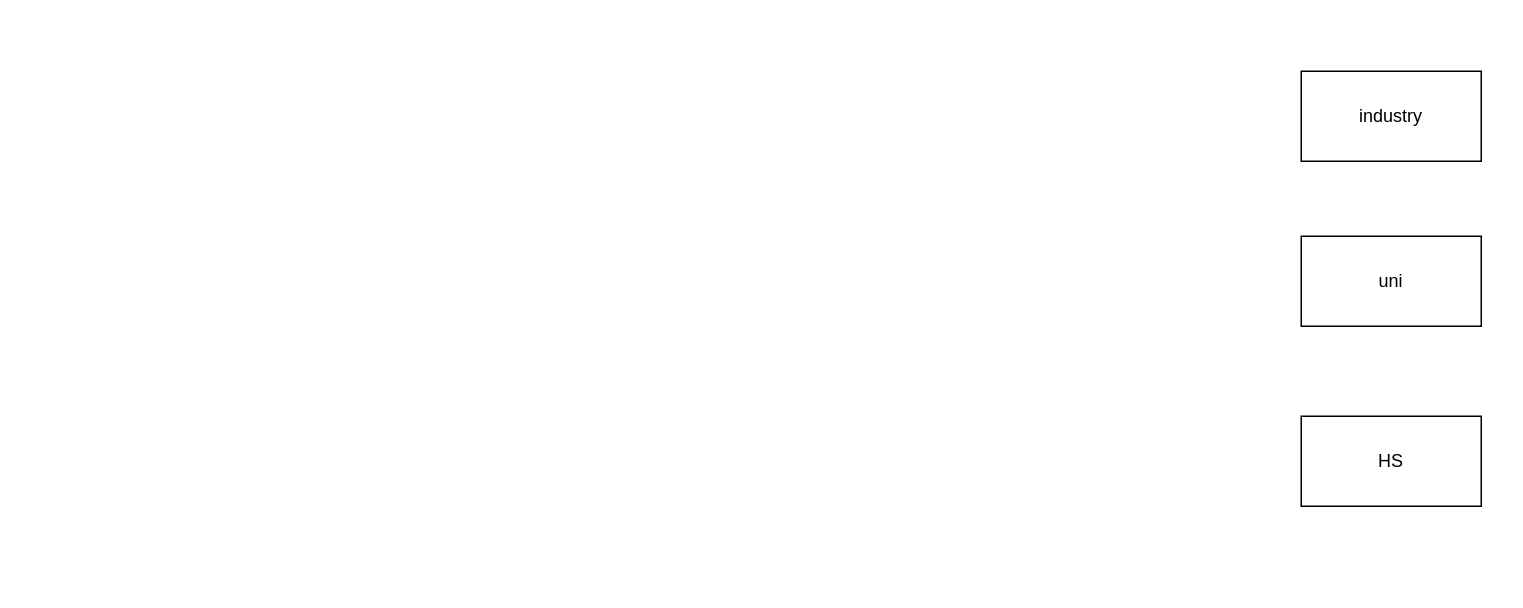
This is page "Karier" (1 of 2) of car_plan.drawio from grumpydingo/carr_plan, a draw.io file, before an edit. Source tidied: cells renumbered, new cells numbered last; positions are measured from the earlier drawing's top-left corner, leaving out a move shared by most shapes. Both pictures are drawn from the tidied source at 150%, with x=0, y=0 at pixel (1300, 70).
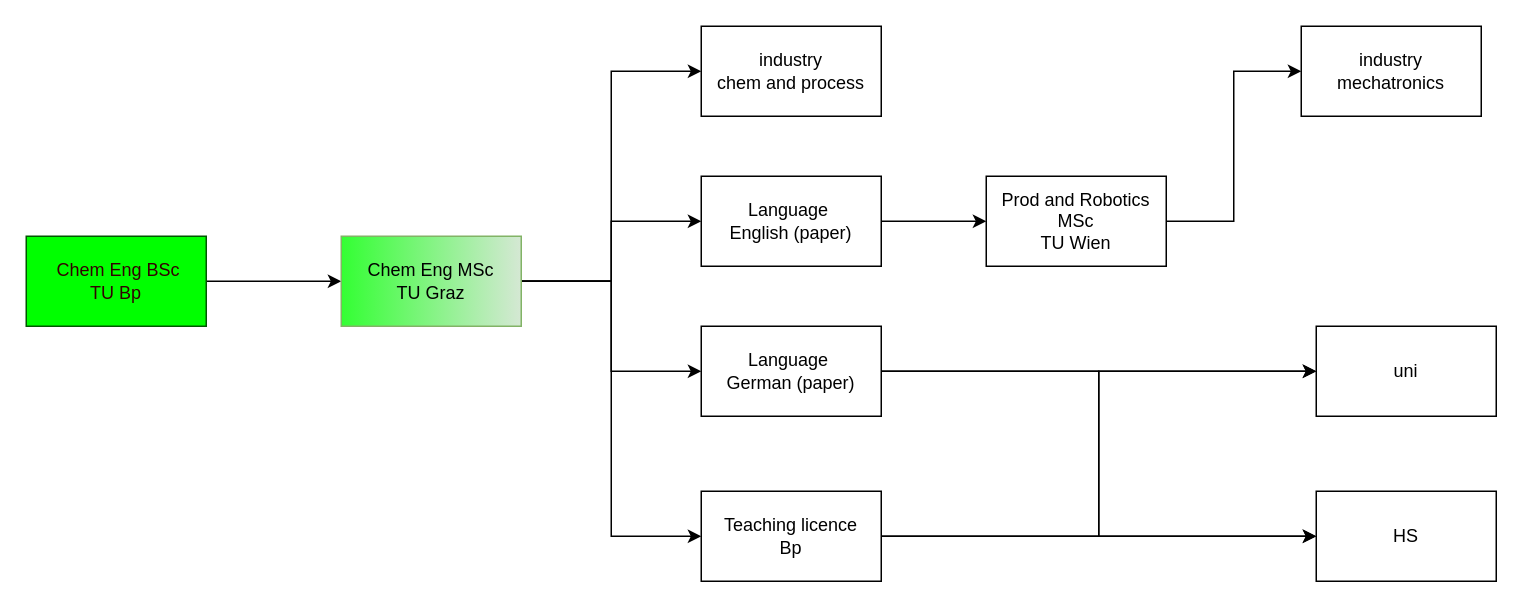
Above is the later version.

What changed in the source:
```diff
@@
-    <mxCell id="2" value="industry" style="rounded=0;whiteSpace=wrap;html=1;" parent="1" vertex="1">
-      <mxGeometry width="120" height="60" as="geometry" />
+    <mxCell id="2" value="industry&lt;br&gt;chem and process" style="rounded=0;whiteSpace=wrap;html=1;" parent="1" vertex="1">
+      <mxGeometry x="-400" y="-30" width="120" height="60" as="geometry" />
     </mxCell>
     <mxCell id="3" value="HS" style="rounded=0;whiteSpace=wrap;html=1;" parent="1" vertex="1">
-      <mxGeometry y="230" width="120" height="60" as="geometry" />
+      <mxGeometry x="10" y="280" width="120" height="60" as="geometry" />
     </mxCell>
     <mxCell id="4" value="&lt;div&gt;uni&lt;/div&gt;" style="rounded=0;whiteSpace=wrap;html=1;" parent="1" vertex="1">
-      <mxGeometry y="110" width="120" height="60" as="geometry" />
+      <mxGeometry x="10" y="170" width="120" height="60" as="geometry" />
     </mxCell>
+    <mxCell id="5" style="edgeStyle=orthogonalEdgeStyle;rounded=0;jettySize=auto;html=1;entryX=0;entryY=0.5;entryDx=0;entryDy=0;" parent="1" edge="1" source="6" target="11">
+      <mxGeometry relative="1" as="geometry" />
+    </mxCell>
+    <mxCell id="6" value="&amp;nbsp;Chem Eng BSc&lt;br&gt;TU Bp" style="rounded=0;whiteSpace=wrap;html=1;fillColor=light-dark(#00ff00, #43ba43);strokeColor=#005700;fontColor=#330000;" parent="1" vertex="1">
+      <mxGeometry x="-850" y="110" width="120" height="60" as="geometry" />
+    </mxCell>
+    <mxCell id="7" style="edgeStyle=orthogonalEdgeStyle;rounded=0;jettySize=auto;html=1;entryX=0;entryY=0.5;entryDx=0;entryDy=0;" parent="1" edge="1" source="11" target="2">
+      <mxGeometry relative="1" as="geometry" />
+    </mxCell>
+    <mxCell id="8" style="edgeStyle=orthogonalEdgeStyle;rounded=0;jettySize=auto;html=1;entryX=0;entryY=0.5;entryDx=0;entryDy=0;" parent="1" edge="1" source="11" target="19">
+      <mxGeometry relative="1" as="geometry" />
+    </mxCell>
+    <mxCell id="9" style="edgeStyle=orthogonalEdgeStyle;rounded=0;jettySize=auto;html=1;entryX=0;entryY=0.5;entryDx=0;entryDy=0;" parent="1" edge="1" source="11" target="16">
+      <mxGeometry relative="1" as="geometry" />
+    </mxCell>
+    <mxCell id="10" style="edgeStyle=orthogonalEdgeStyle;rounded=0;jettySize=auto;html=1;entryX=0;entryY=0.5;entryDx=0;entryDy=0;" parent="1" edge="1" source="11" target="22">
+      <mxGeometry relative="1" as="geometry" />
+    </mxCell>
+    <mxCell id="11" value="Chem Eng MSc&lt;br&gt;TU Graz" style="rounded=0;whiteSpace=wrap;html=1;gradientDirection=west;fillColor=#d5e8d4;strokeColor=#82b366;gradientColor=#33FF33;" parent="1" vertex="1">
+      <mxGeometry x="-640" y="110" width="120" height="60" as="geometry" />
+    </mxCell>
+    <mxCell id="12" value="industry&lt;br&gt;mechatronics" style="rounded=0;whiteSpace=wrap;html=1;" parent="1" vertex="1">
+      <mxGeometry y="-30" width="120" height="60" as="geometry" />
+    </mxCell>
+    <mxCell id="13" style="edgeStyle=orthogonalEdgeStyle;rounded=0;jettySize=auto;html=1;entryX=0;entryY=0.5;entryDx=0;entryDy=0;" parent="1" edge="1" source="14" target="12">
+      <mxGeometry relative="1" as="geometry" />
+    </mxCell>
+    <mxCell id="14" value="Prod and Robotics MSc&lt;br&gt;TU Wien" style="rounded=0;whiteSpace=wrap;html=1;" parent="1" vertex="1">
+      <mxGeometry x="-210" y="70" width="120" height="60" as="geometry" />
+    </mxCell>
+    <mxCell id="15" style="edgeStyle=orthogonalEdgeStyle;rounded=0;jettySize=auto;html=1;entryX=0;entryY=0.5;entryDx=0;entryDy=0;" parent="1" edge="1" source="16" target="14">
+      <mxGeometry relative="1" as="geometry" />
+    </mxCell>
+    <mxCell id="16" value="Language&amp;nbsp;&lt;br&gt;English (paper)" style="rounded=0;whiteSpace=wrap;html=1;" parent="1" vertex="1">
+      <mxGeometry x="-400" y="70" width="120" height="60" as="geometry" />
+    </mxCell>
+    <mxCell id="17" style="edgeStyle=orthogonalEdgeStyle;rounded=0;jettySize=auto;html=1;entryX=0;entryY=0.5;entryDx=0;entryDy=0;" parent="1" edge="1" source="19" target="4">
+      <mxGeometry relative="1" as="geometry" />
+    </mxCell>
+    <mxCell id="18" style="edgeStyle=orthogonalEdgeStyle;rounded=0;jettySize=auto;html=1;entryX=0;entryY=0.5;entryDx=0;entryDy=0;" parent="1" edge="1" source="19" target="3">
+      <mxGeometry relative="1" as="geometry" />
+    </mxCell>
+    <mxCell id="19" value="Language&amp;nbsp;&lt;br&gt;German (paper)" style="rounded=0;whiteSpace=wrap;html=1;" parent="1" vertex="1">
+      <mxGeometry x="-400" y="170" width="120" height="60" as="geometry" />
+    </mxCell>
+    <mxCell id="20" style="edgeStyle=orthogonalEdgeStyle;rounded=0;jettySize=auto;html=1;entryX=0;entryY=0.5;entryDx=0;entryDy=0;" parent="1" edge="1" source="22" target="4">
+      <mxGeometry relative="1" as="geometry" />
+    </mxCell>
+    <mxCell id="21" style="edgeStyle=orthogonalEdgeStyle;rounded=0;jettySize=auto;html=1;entryX=0;entryY=0.5;entryDx=0;entryDy=0;" parent="1" edge="1" source="22" target="3">
+      <mxGeometry relative="1" as="geometry" />
+    </mxCell>
+    <mxCell id="22" value="Teaching licence&lt;div&gt;Bp&lt;/div&gt;" style="rounded=0;whiteSpace=wrap;html=1;" parent="1" vertex="1">
+      <mxGeometry x="-400" y="280" width="120" height="60" as="geometry" />
+    </mxCell>
```
